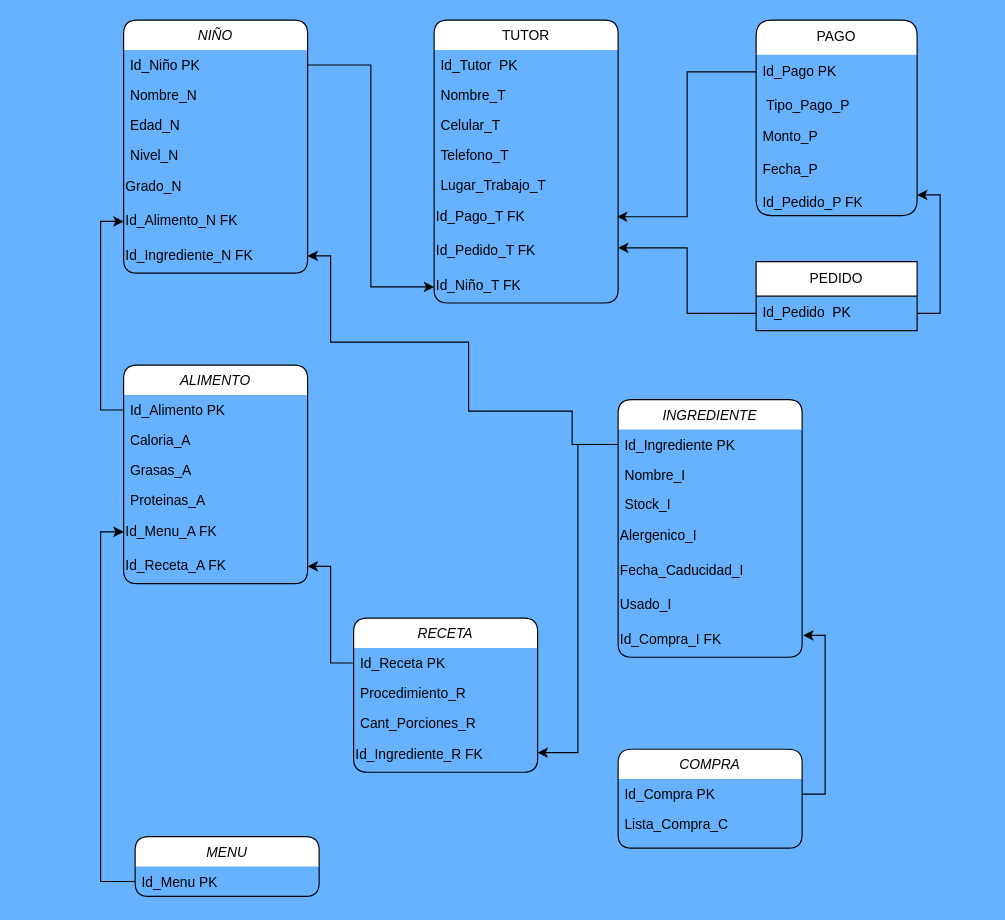
The draw.io diagram Diagrama sin título.drawio in CesarVaz17/Prueba-TBD, before the edit. Source tidied: cells renumbered, new cells numbered last; positions are measured from the earlier drawing's top-left corner, leaving out a move shared by most shapes. Both pictures are drawn from the tidied source at 115%, with x=0, y=0 at pixel (123, 20).
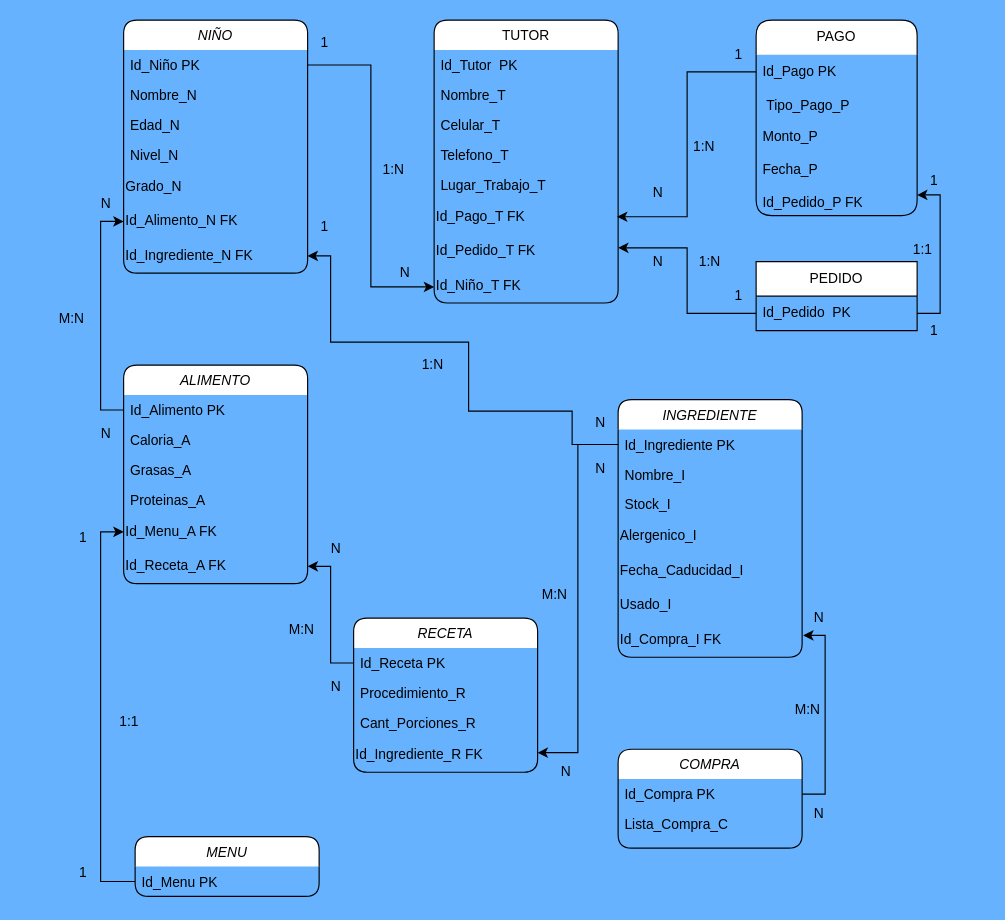
The same page after the edit.

Diff of the diagram source:
```diff
@@
+    <mxCell id="60" value="1:1" style="text;html=1;align=center;verticalAlign=middle;whiteSpace=wrap;rounded=0;" parent="1" vertex="1">
+      <mxGeometry x="650" y="180" width="90" height="40" as="geometry" />
+    </mxCell>
+    <mxCell id="61" value="1" style="text;html=1;align=center;verticalAlign=middle;whiteSpace=wrap;rounded=0;" parent="1" vertex="1">
+      <mxGeometry x="660" y="120" width="90" height="40" as="geometry" />
+    </mxCell>
+    <mxCell id="62" value="1" style="text;html=1;align=center;verticalAlign=middle;whiteSpace=wrap;rounded=0;" parent="1" vertex="1">
+      <mxGeometry x="660" y="250" width="90" height="40" as="geometry" />
+    </mxCell>
+    <mxCell id="63" value="1" style="text;html=1;align=center;verticalAlign=middle;whiteSpace=wrap;rounded=0;" parent="1" vertex="1">
+      <mxGeometry x="-80" y="430" width="90" height="40" as="geometry" />
+    </mxCell>
+    <mxCell id="64" value="1" style="text;html=1;align=center;verticalAlign=middle;whiteSpace=wrap;rounded=0;" parent="1" vertex="1">
+      <mxGeometry x="-80" y="722" width="90" height="40" as="geometry" />
+    </mxCell>
+    <mxCell id="65" value="1:1" style="text;html=1;align=center;verticalAlign=middle;whiteSpace=wrap;rounded=0;" parent="1" vertex="1">
+      <mxGeometry x="-40" y="590" width="90" height="40" as="geometry" />
+    </mxCell>
+    <mxCell id="66" value="1" style="text;html=1;align=center;verticalAlign=middle;whiteSpace=wrap;rounded=0;" parent="1" vertex="1">
+      <mxGeometry x="130" width="90" height="40" as="geometry" />
+    </mxCell>
+    <mxCell id="67" value="N" style="text;html=1;align=center;verticalAlign=middle;whiteSpace=wrap;rounded=0;" parent="1" vertex="1">
+      <mxGeometry x="200" y="200" width="90" height="40" as="geometry" />
+    </mxCell>
+    <mxCell id="68" value="1:N" style="text;html=1;align=center;verticalAlign=middle;whiteSpace=wrap;rounded=0;" parent="1" vertex="1">
+      <mxGeometry x="190" y="110" width="90" height="40" as="geometry" />
+    </mxCell>
+    <mxCell id="69" value="1" style="text;html=1;align=center;verticalAlign=middle;whiteSpace=wrap;rounded=0;" parent="1" vertex="1">
+      <mxGeometry x="490" y="220" width="90" height="40" as="geometry" />
+    </mxCell>
+    <mxCell id="70" value="N" style="text;html=1;align=center;verticalAlign=middle;whiteSpace=wrap;rounded=0;" parent="1" vertex="1">
+      <mxGeometry x="420" y="190" width="90" height="40" as="geometry" />
+    </mxCell>
+    <mxCell id="71" value="1:N" style="text;html=1;align=center;verticalAlign=middle;whiteSpace=wrap;rounded=0;" parent="1" vertex="1">
+      <mxGeometry x="465" y="190" width="90" height="40" as="geometry" />
+    </mxCell>
+    <mxCell id="72" value="1" style="text;html=1;align=center;verticalAlign=middle;whiteSpace=wrap;rounded=0;" parent="1" vertex="1">
+      <mxGeometry x="490" y="10" width="90" height="40" as="geometry" />
+    </mxCell>
+    <mxCell id="73" value="N" style="text;html=1;align=center;verticalAlign=middle;whiteSpace=wrap;rounded=0;" parent="1" vertex="1">
+      <mxGeometry x="420" y="130" width="90" height="40" as="geometry" />
+    </mxCell>
+    <mxCell id="74" value="1:N" style="text;html=1;align=center;verticalAlign=middle;whiteSpace=wrap;rounded=0;" parent="1" vertex="1">
+      <mxGeometry x="460" y="90" width="90" height="40" as="geometry" />
+    </mxCell>
+    <mxCell id="75" value="1" style="text;html=1;align=center;verticalAlign=middle;whiteSpace=wrap;rounded=0;" parent="1" vertex="1">
+      <mxGeometry x="130" y="160" width="90" height="40" as="geometry" />
+    </mxCell>
+    <mxCell id="76" value="N" style="text;html=1;align=center;verticalAlign=middle;whiteSpace=wrap;rounded=0;" parent="1" vertex="1">
+      <mxGeometry x="370" y="330" width="90" height="40" as="geometry" />
+    </mxCell>
+    <mxCell id="77" value="1:N" style="text;html=1;align=center;verticalAlign=middle;whiteSpace=wrap;rounded=0;" parent="1" vertex="1">
+      <mxGeometry x="224" y="280" width="90" height="40" as="geometry" />
+    </mxCell>
+    <mxCell id="78" value="N" style="text;html=1;align=center;verticalAlign=middle;whiteSpace=wrap;rounded=0;" parent="1" vertex="1">
+      <mxGeometry x="-60" y="140" width="90" height="40" as="geometry" />
+    </mxCell>
+    <mxCell id="79" value="N" style="text;html=1;align=center;verticalAlign=middle;whiteSpace=wrap;rounded=0;" parent="1" vertex="1">
+      <mxGeometry x="-60" y="340" width="90" height="40" as="geometry" />
+    </mxCell>
+    <mxCell id="80" value="M:N" style="text;html=1;align=center;verticalAlign=middle;whiteSpace=wrap;rounded=0;" parent="1" vertex="1">
+      <mxGeometry x="-90" y="240" width="90" height="40" as="geometry" />
+    </mxCell>
+    <mxCell id="81" value="N" style="text;html=1;align=center;verticalAlign=middle;whiteSpace=wrap;rounded=0;" parent="1" vertex="1">
+      <mxGeometry x="140" y="440" width="90" height="40" as="geometry" />
+    </mxCell>
+    <mxCell id="82" value="N" style="text;html=1;align=center;verticalAlign=middle;whiteSpace=wrap;rounded=0;" parent="1" vertex="1">
+      <mxGeometry x="140" y="560" width="90" height="40" as="geometry" />
+    </mxCell>
+    <mxCell id="83" value="M:N" style="text;html=1;align=center;verticalAlign=middle;whiteSpace=wrap;rounded=0;" parent="1" vertex="1">
+      <mxGeometry x="110" y="510" width="90" height="40" as="geometry" />
+    </mxCell>
+    <mxCell id="84" value="N" style="text;html=1;align=center;verticalAlign=middle;whiteSpace=wrap;rounded=0;" parent="1" vertex="1">
+      <mxGeometry x="370" y="370" width="90" height="40" as="geometry" />
+    </mxCell>
+    <mxCell id="85" value="N" style="text;html=1;align=center;verticalAlign=middle;whiteSpace=wrap;rounded=0;" parent="1" vertex="1">
+      <mxGeometry x="340" y="634" width="90" height="40" as="geometry" />
+    </mxCell>
+    <mxCell id="86" value="M:N" style="text;html=1;align=center;verticalAlign=middle;whiteSpace=wrap;rounded=0;" parent="1" vertex="1">
+      <mxGeometry x="330" y="480" width="90" height="40" as="geometry" />
+    </mxCell>
+    <mxCell id="87" value="N" style="text;html=1;align=center;verticalAlign=middle;whiteSpace=wrap;rounded=0;" parent="1" vertex="1">
+      <mxGeometry x="560" y="500" width="90" height="40" as="geometry" />
+    </mxCell>
+    <mxCell id="88" value="N" style="text;html=1;align=center;verticalAlign=middle;whiteSpace=wrap;rounded=0;" parent="1" vertex="1">
+      <mxGeometry x="560" y="670" width="90" height="40" as="geometry" />
+    </mxCell>
+    <mxCell id="89" value="M:N" style="text;html=1;align=center;verticalAlign=middle;whiteSpace=wrap;rounded=0;" parent="1" vertex="1">
+      <mxGeometry x="550" y="580" width="90" height="40" as="geometry" />
+    </mxCell>
```
